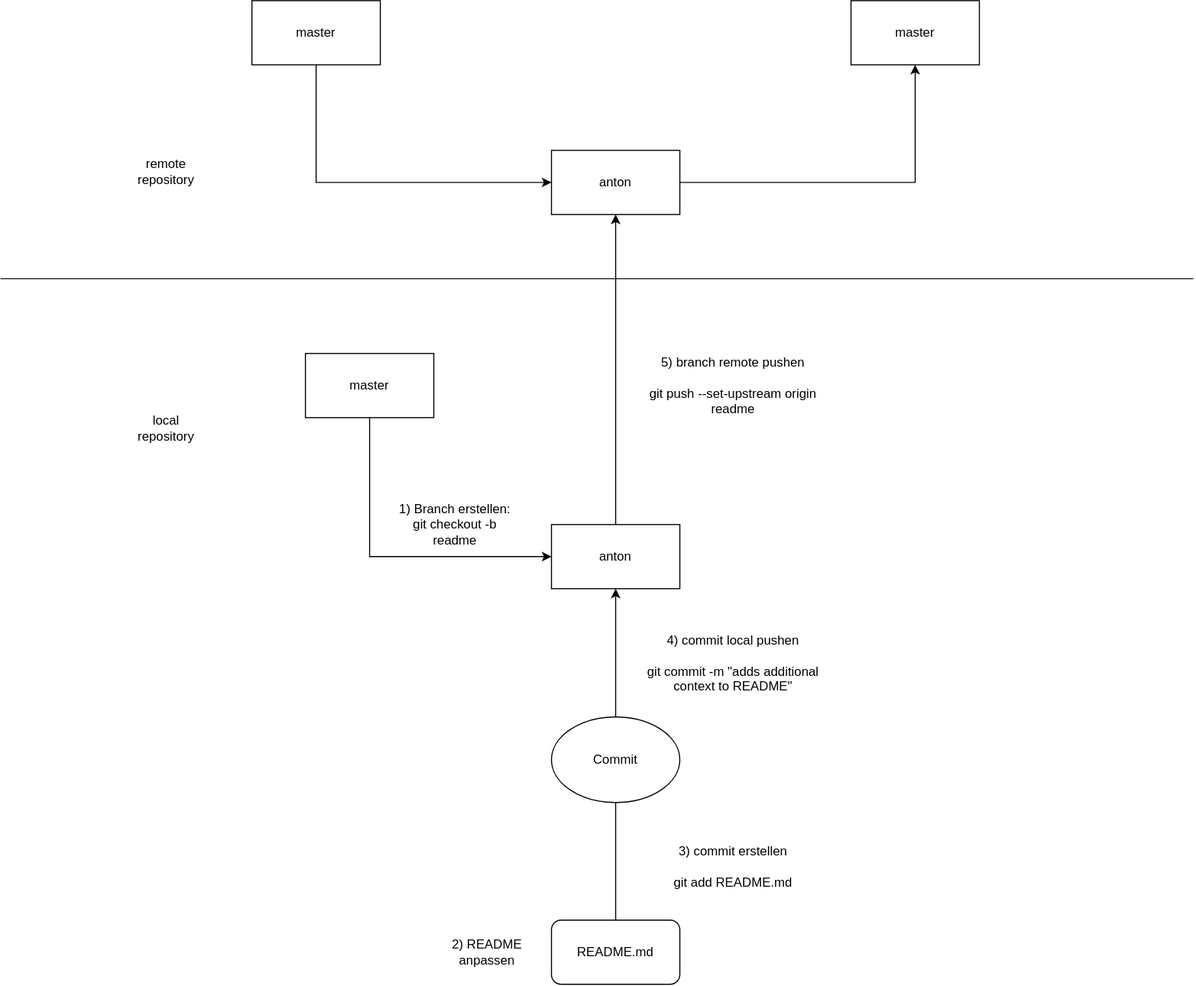
The draw.io diagram basicgitcommands.svg in wolffbe/html-using-git, before a commit. Source tidied: cells renumbered, new cells last; positions are measured from the earlier drawing's top-left corner, leaving out a move shared by most shapes.
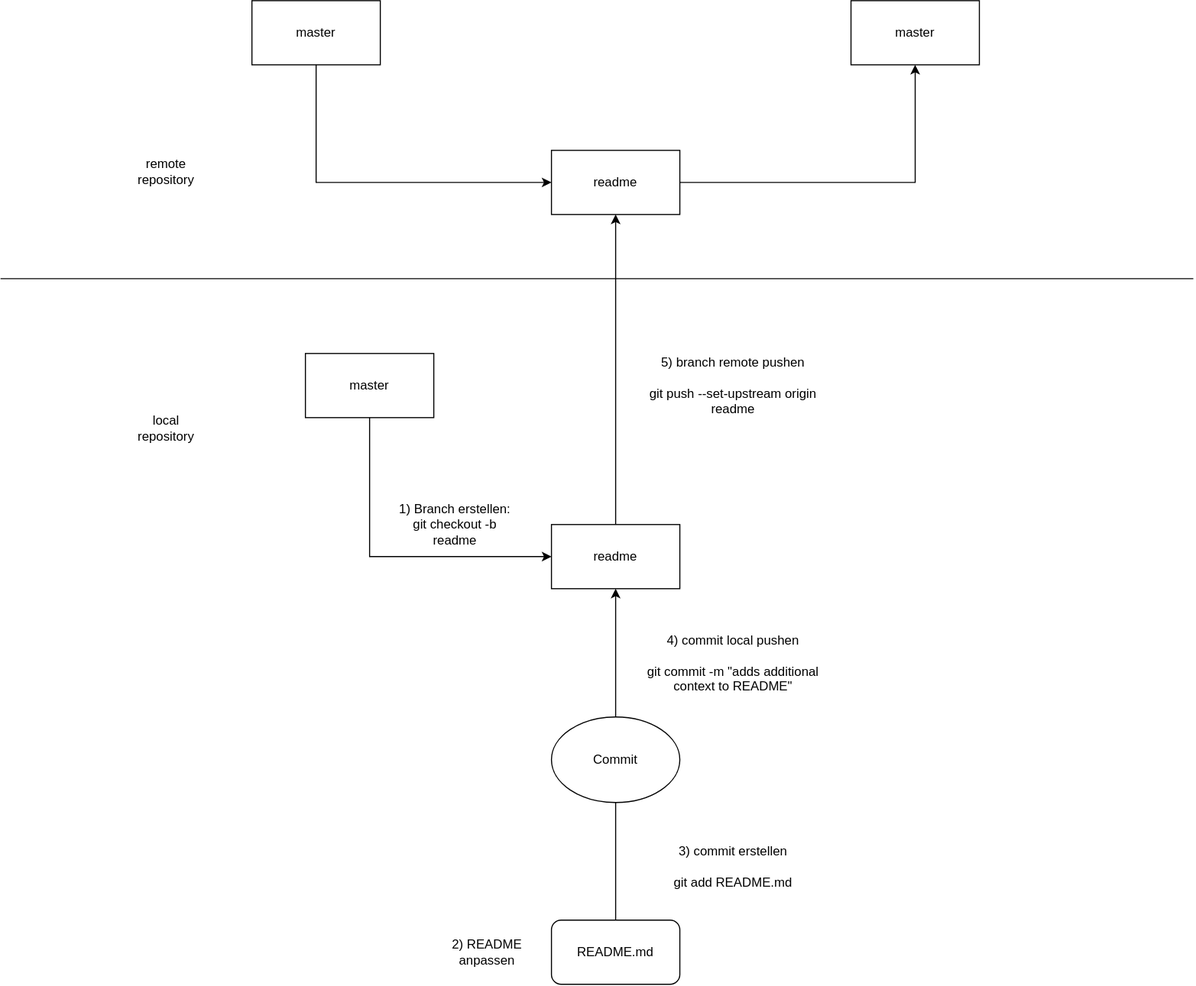
The same file after the commit.

The edit, as a diff of the source:
```diff
@@ -39,13 +39,13 @@
         <mxPoint x="575" y="200" as="targetPoint" />
       </mxGeometry>
     </mxCell>
-    <mxCell id="10" value="anton" style="rounded=0;whiteSpace=wrap;html=1;" parent="1" vertex="1">
+    <mxCell id="10" value="readme" style="rounded=0;whiteSpace=wrap;html=1;" parent="1" vertex="1">
       <mxGeometry x="515" y="490" width="120" height="60" as="geometry" />
     </mxCell>
     <mxCell id="11" style="edgeStyle=orthogonalEdgeStyle;rounded=0;jettySize=auto;html=1;" parent="1" edge="1" source="12" target="22">
       <mxGeometry relative="1" as="geometry" />
     </mxCell>
-    <mxCell id="12" value="anton" style="rounded=0;whiteSpace=wrap;html=1;" parent="1" vertex="1">
+    <mxCell id="12" value="readme" style="rounded=0;whiteSpace=wrap;html=1;" parent="1" vertex="1">
       <mxGeometry x="515" y="140" width="120" height="60" as="geometry" />
     </mxCell>
     <mxCell id="13" value="&lt;div&gt;3) commit erstellen&lt;br&gt;&lt;br&gt;&lt;/div&gt;&lt;div&gt;git add README.md&lt;br&gt;&lt;/div&gt;" style="text;html=1;strokeColor=none;fillColor=none;align=center;verticalAlign=middle;whiteSpace=wrap;rounded=0;" parent="1" vertex="1">
```
